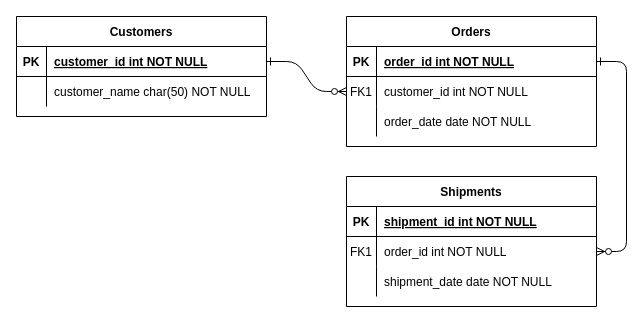
Before: Docs/node-final.drawio in natank/diagrams, a draw.io diagram. Source tidied: cells renumbered, new cells numbered last; positions are measured from the earlier drawing's top-left corner, leaving out a move shared by most shapes. Both pictures are drawn from the tidied source at 100%, with x=0, y=0 at pixel (16, 16).
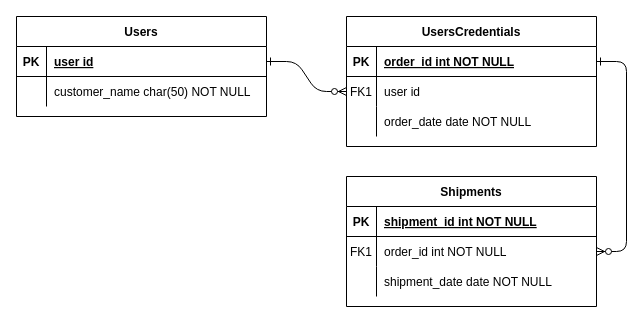
After the change.

Unchanged cells that the change refers to:
```xml
<mxCell id="8" style="shape=partialRectangle;fillColor=none;points=[[0,0.5],[1,0.5]];portConstraint=eastwest;top=0;left=0;right=0;bottom=0;" parent="4" vertex="1">
  <mxGeometry y="60" width="250" height="30" as="geometry" />
</mxCell>
<mxCell id="25" style="shape=partialRectangle;fillColor=none;points=[[0,0.5],[1,0.5]];portConstraint=eastwest;top=0;left=0;right=0;bottom=1;" parent="24" vertex="1">
  <mxGeometry y="30" width="250" height="30" as="geometry" />
</mxCell>
```

The edit, as a diff of the source:
```diff
@@
-    <mxCell id="4" value="Orders" style="shape=table;startSize=30;childLayout=tableLayout;rowLines=0;fontStyle=1;align=center;" parent="1" vertex="1">
+    <mxCell id="4" value="UsersCredentials" style="shape=table;startSize=30;childLayout=tableLayout;rowLines=0;fontStyle=1;align=center;" parent="1" vertex="1">
       <mxGeometry x="330" width="250" height="130" as="geometry" />
     </mxCell>
@@
-    <mxCell id="10" value="customer_id int NOT NULL" style="shape=partialRectangle;overflow=hidden;fillColor=none;top=0;left=0;bottom=0;right=0;align=left;spacingLeft=6;" parent="8" vertex="1">
+    <mxCell id="10" value="user id" style="shape=partialRectangle;overflow=hidden;fillColor=none;top=0;left=0;bottom=0;right=0;align=left;spacingLeft=6;" parent="8" vertex="1">
       <mxGeometry x="30" width="220" height="30" as="geometry" />
     </mxCell>
@@
-    <mxCell id="24" value="Customers" style="shape=table;startSize=30;childLayout=tableLayout;rowLines=0;fontStyle=1;align=center;" parent="1" vertex="1">
+    <mxCell id="24" value="Users" style="shape=table;startSize=30;childLayout=tableLayout;rowLines=0;fontStyle=1;align=center;" parent="1" vertex="1">
       <mxGeometry width="250" height="100" as="geometry" />
     </mxCell>
@@
-    <mxCell id="27" value="customer_id int NOT NULL " style="shape=partialRectangle;overflow=hidden;fillColor=none;top=0;left=0;bottom=0;right=0;align=left;spacingLeft=6;fontStyle=5;" parent="25" vertex="1">
+    <mxCell id="27" value="user id" style="shape=partialRectangle;overflow=hidden;fillColor=none;top=0;left=0;bottom=0;right=0;align=left;spacingLeft=6;fontStyle=5;" parent="25" vertex="1">
       <mxGeometry x="30" width="220" height="30" as="geometry" />
     </mxCell>
```
